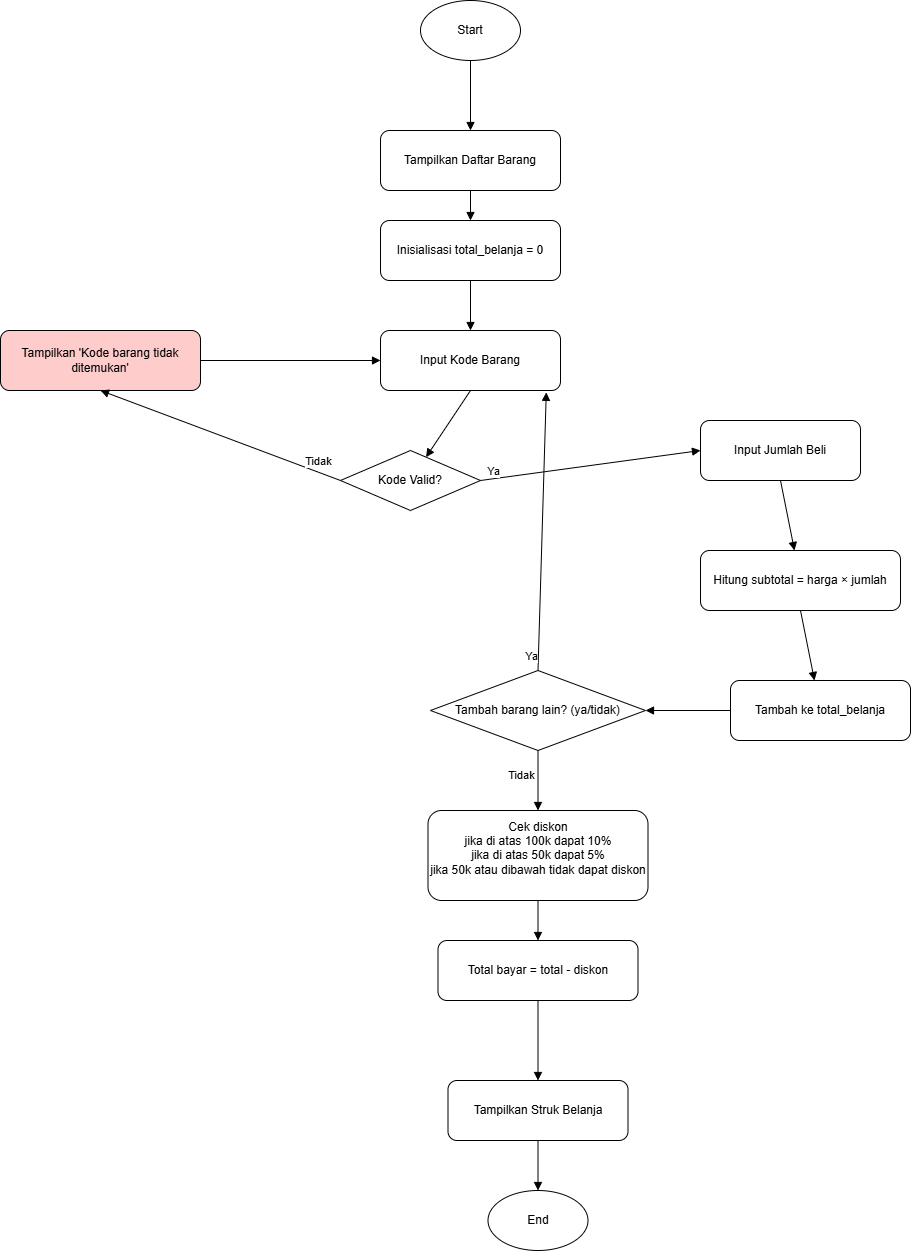
Earlier version of the draw.io export assets/FlowChart/Kasir.drawio.png (Wanzzy1/UTS-Algoritma-Kasir-sederhana-dengan-python). Source tidied: cells renumbered, new cells last; positions are measured from the earlier drawing's top-left corner, leaving out a move shared by most shapes. The source it was exported from:
```xml
<mxGraphModel>
  <root>
    <mxCell id="0" />
    <mxCell id="1" parent="0" />
    <mxCell id="2" value="Start" style="ellipse;whiteSpace=wrap;html=1;" parent="1" vertex="1">
      <mxGeometry x="420" width="100" height="60" as="geometry" />
    </mxCell>
    <mxCell id="3" value="Tampilkan Daftar Barang" style="rounded=1;whiteSpace=wrap;html=1;" parent="1" vertex="1">
      <mxGeometry x="380" y="130" width="180" height="60" as="geometry" />
    </mxCell>
    <mxCell id="4" value="Inisialisasi total_belanja = 0" style="rounded=1;whiteSpace=wrap;html=1;" parent="1" vertex="1">
      <mxGeometry x="380" y="220" width="180" height="60" as="geometry" />
    </mxCell>
    <mxCell id="5" value="Input Kode Barang" style="rounded=1;whiteSpace=wrap;html=1;" parent="1" vertex="1">
      <mxGeometry x="380" y="330" width="180" height="60" as="geometry" />
    </mxCell>
    <mxCell id="6" value="Kode Valid?" style="rhombus;whiteSpace=wrap;html=1;" parent="1" vertex="1">
      <mxGeometry x="340" y="450" width="140" height="60" as="geometry" />
    </mxCell>
    <mxCell id="7" value="Tampilkan 'Kode barang tidak ditemukan'" style="rounded=1;whiteSpace=wrap;html=1;fillColor=#ffcccc;" parent="1" vertex="1">
      <mxGeometry y="330" width="200" height="60" as="geometry" />
    </mxCell>
    <mxCell id="8" value="Input Jumlah Beli" style="rounded=1;whiteSpace=wrap;html=1;" parent="1" vertex="1">
      <mxGeometry x="700" y="420" width="160" height="60" as="geometry" />
    </mxCell>
    <mxCell id="9" value="Hitung subtotal = harga × jumlah" style="rounded=1;whiteSpace=wrap;html=1;" parent="1" vertex="1">
      <mxGeometry x="700" y="550" width="200" height="60" as="geometry" />
    </mxCell>
    <mxCell id="10" value="Tambah ke total_belanja" style="rounded=1;whiteSpace=wrap;html=1;" parent="1" vertex="1">
      <mxGeometry x="730" y="680" width="180" height="60" as="geometry" />
    </mxCell>
    <mxCell id="11" value="Tambah barang lain? (ya/tidak)" style="rhombus;whiteSpace=wrap;html=1;" parent="1" vertex="1">
      <mxGeometry x="430" y="670" width="215" height="80" as="geometry" />
    </mxCell>
    <mxCell id="12" value="Cek diskon&lt;div&gt;jika di atas 100k dapat 10%&lt;/div&gt;&lt;div&gt;jika di atas 50k dapat 5%&lt;/div&gt;&lt;div&gt;jika 50k atau dibawah tidak dapat diskon&lt;/div&gt;&lt;div&gt;&lt;div&gt;&lt;br&gt;&lt;/div&gt;&lt;/div&gt;" style="rounded=1;whiteSpace=wrap;html=1;" parent="1" vertex="1">
      <mxGeometry x="427.5" y="810" width="220" height="90" as="geometry" />
    </mxCell>
    <mxCell id="13" value="Total bayar = total - diskon" style="rounded=1;whiteSpace=wrap;html=1;" parent="1" vertex="1">
      <mxGeometry x="437.5" y="940" width="200" height="60" as="geometry" />
    </mxCell>
    <mxCell id="14" value="Tampilkan Struk Belanja" style="rounded=1;whiteSpace=wrap;html=1;" parent="1" vertex="1">
      <mxGeometry x="447.5" y="1080" width="180" height="60" as="geometry" />
    </mxCell>
    <mxCell id="15" value="End" style="ellipse;whiteSpace=wrap;html=1;" parent="1" vertex="1">
      <mxGeometry x="487.5" y="1190" width="100" height="60" as="geometry" />
    </mxCell>
    <mxCell id="16" style="endArrow=block;entryX=0.5;entryY=0;entryDx=0;entryDy=0;" parent="1" edge="1" source="2" target="3">
      <mxGeometry relative="1" as="geometry" />
    </mxCell>
    <mxCell id="17" style="endArrow=block;entryX=0.5;entryY=0;entryDx=0;entryDy=0;" parent="1" edge="1" source="3" target="4">
      <mxGeometry relative="1" as="geometry" />
    </mxCell>
    <mxCell id="18" style="endArrow=block;entryX=0.5;entryY=0;entryDx=0;entryDy=0;" parent="1" edge="1" source="4" target="5">
      <mxGeometry relative="1" as="geometry" />
    </mxCell>
    <mxCell id="19" style="endArrow=block;exitX=0.5;exitY=1;exitDx=0;exitDy=0;" parent="1" edge="1" source="5" target="6">
      <mxGeometry relative="1" as="geometry" />
    </mxCell>
    <mxCell id="20" style="endArrow=block;entryX=0.5;entryY=1;entryDx=0;entryDy=0;exitX=0;exitY=0.5;exitDx=0;exitDy=0;" parent="1" edge="1" source="6" target="7">
      <mxGeometry relative="1" as="geometry" />
    </mxCell>
    <mxCell id="21" value="Tidak" style="edgeLabel;html=1;align=center;verticalAlign=middle;" parent="20" vertex="1">
      <mxGeometry x="-0.45" y="1" relative="1" as="geometry">
        <mxPoint x="44" y="4" as="offset" />
      </mxGeometry>
    </mxCell>
    <mxCell id="22" style="endArrow=block;exitX=1;exitY=0.5;exitDx=0;exitDy=0;entryX=0;entryY=0.5;entryDx=0;entryDy=0;" parent="1" edge="1" source="6" target="8">
      <mxGeometry relative="1" as="geometry" />
    </mxCell>
    <mxCell id="23" value="Ya" style="edgeLabel;html=1;align=center;verticalAlign=middle;" parent="22" vertex="1">
      <mxGeometry x="-0.76" y="3" relative="1" as="geometry">
        <mxPoint x="-15" y="-3" as="offset" />
      </mxGeometry>
    </mxCell>
    <mxCell id="24" style="endArrow=block;exitX=1;exitY=0.5;exitDx=0;exitDy=0;" parent="1" edge="1" source="7" target="5">
      <mxGeometry relative="1" as="geometry" />
    </mxCell>
    <mxCell id="25" style="endArrow=block;exitX=0.5;exitY=1;exitDx=0;exitDy=0;" parent="1" edge="1" source="8" target="9">
      <mxGeometry relative="1" as="geometry" />
    </mxCell>
    <mxCell id="26" style="endArrow=block;exitX=0.5;exitY=1;exitDx=0;exitDy=0;" parent="1" edge="1" source="9" target="10">
      <mxGeometry relative="1" as="geometry" />
    </mxCell>
    <mxCell id="27" style="endArrow=block;exitX=0;exitY=0.5;exitDx=0;exitDy=0;entryX=1;entryY=0.5;entryDx=0;entryDy=0;" parent="1" edge="1" source="10" target="11">
      <mxGeometry relative="1" as="geometry" />
    </mxCell>
    <mxCell id="28" style="endArrow=block;entryX=0.921;entryY=1.031;entryDx=0;entryDy=0;entryPerimeter=0;exitX=0.5;exitY=0;exitDx=0;exitDy=0;" parent="1" edge="1" source="11" target="5">
      <mxGeometry relative="1" as="geometry" />
    </mxCell>
    <mxCell id="29" value="Ya" style="edgeLabel;html=1;align=center;verticalAlign=middle;" parent="28" vertex="1">
      <mxGeometry x="-0.73" y="2" relative="1" as="geometry">
        <mxPoint x="-7" y="23" as="offset" />
      </mxGeometry>
    </mxCell>
    <mxCell id="30" style="endArrow=block;exitX=0.5;exitY=1;exitDx=0;exitDy=0;" parent="1" edge="1" source="11" target="12">
      <mxGeometry relative="1" as="geometry" />
    </mxCell>
    <mxCell id="31" value="Tidak" style="edgeLabel;html=1;align=center;verticalAlign=middle;" parent="30" vertex="1">
      <mxGeometry x="-0.2" y="-1" relative="1" as="geometry">
        <mxPoint x="-16" as="offset" />
      </mxGeometry>
    </mxCell>
    <mxCell id="32" style="endArrow=block;exitX=0.5;exitY=1;exitDx=0;exitDy=0;" parent="1" edge="1" source="12" target="13">
      <mxGeometry relative="1" as="geometry" />
    </mxCell>
    <mxCell id="33" style="endArrow=block;exitX=0.5;exitY=1;exitDx=0;exitDy=0;" parent="1" edge="1" source="13" target="14">
      <mxGeometry relative="1" as="geometry" />
    </mxCell>
    <mxCell id="34" style="endArrow=block;exitX=0.5;exitY=1;exitDx=0;exitDy=0;" parent="1" edge="1" source="14" target="15">
      <mxGeometry relative="1" as="geometry" />
    </mxCell>
  </root>
</mxGraphModel>
```
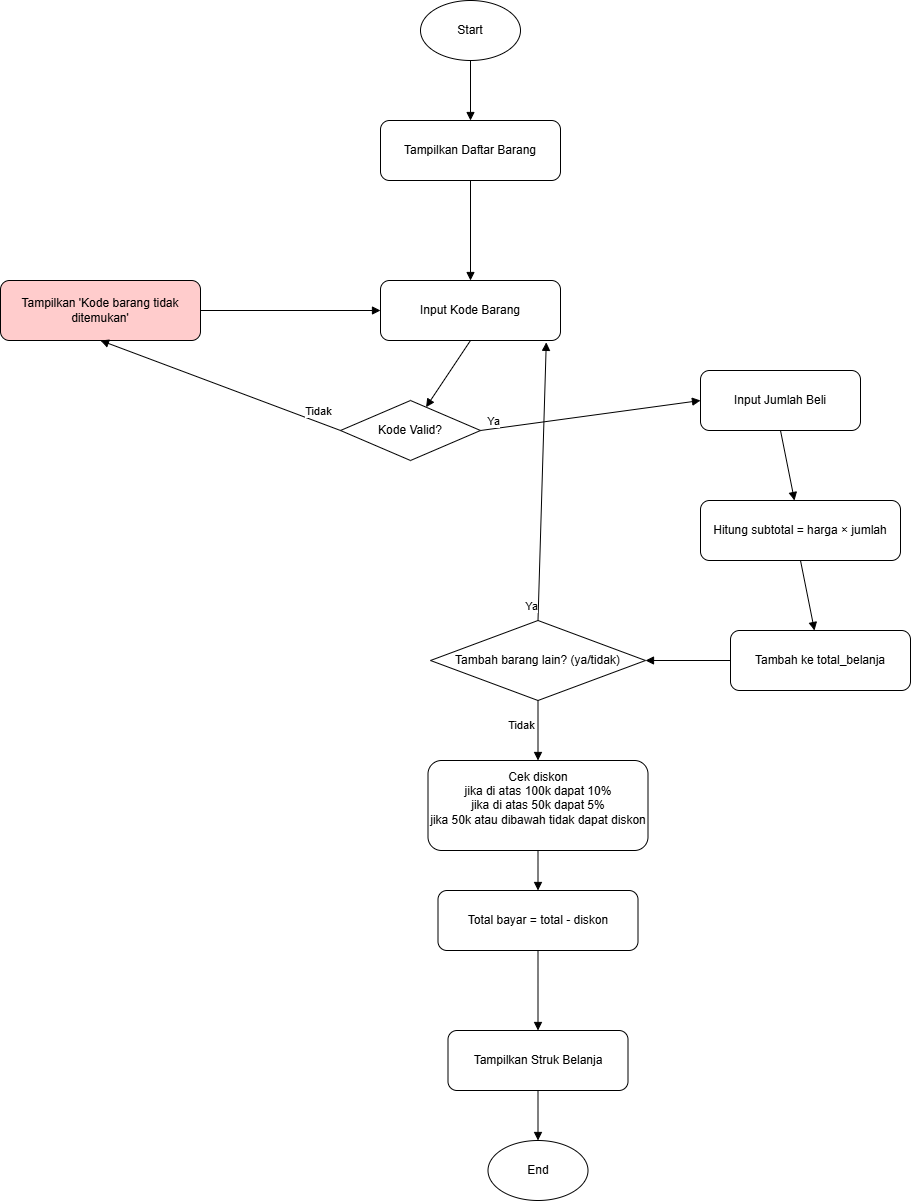
The same file after the commit.

Commit message:
Update File Flowchart Kasir (Kasir.drawio.png)

Diff of the diagram source:
```diff
@@ -3,14 +3,11 @@
     <mxCell id="0" />
     <mxCell id="1" parent="0" />
     <mxCell id="2" value="Start" style="ellipse;whiteSpace=wrap;html=1;" parent="1" vertex="1">
-      <mxGeometry x="420" width="100" height="60" as="geometry" />
+      <mxGeometry x="420" y="50" width="100" height="60" as="geometry" />
     </mxCell>
     <mxCell id="3" value="Tampilkan Daftar Barang" style="rounded=1;whiteSpace=wrap;html=1;" parent="1" vertex="1">
-      <mxGeometry x="380" y="130" width="180" height="60" as="geometry" />
+      <mxGeometry x="380" y="170" width="180" height="60" as="geometry" />
     </mxCell>
-    <mxCell id="4" value="Inisialisasi total_belanja = 0" style="rounded=1;whiteSpace=wrap;html=1;" parent="1" vertex="1">
-      <mxGeometry x="380" y="220" width="180" height="60" as="geometry" />
-    </mxCell>
     <mxCell id="5" value="Input Kode Barang" style="rounded=1;whiteSpace=wrap;html=1;" parent="1" vertex="1">
       <mxGeometry x="380" y="330" width="180" height="60" as="geometry" />
     </mxCell>
@@ -47,10 +44,7 @@
     <mxCell id="16" style="endArrow=block;entryX=0.5;entryY=0;entryDx=0;entryDy=0;" parent="1" edge="1" source="2" target="3">
       <mxGeometry relative="1" as="geometry" />
     </mxCell>
-    <mxCell id="17" style="endArrow=block;entryX=0.5;entryY=0;entryDx=0;entryDy=0;" parent="1" edge="1" source="3" target="4">
-      <mxGeometry relative="1" as="geometry" />
-    </mxCell>
-    <mxCell id="18" style="endArrow=block;entryX=0.5;entryY=0;entryDx=0;entryDy=0;" parent="1" edge="1" source="4" target="5">
+    <mxCell id="18" style="endArrow=block;entryX=0.5;entryY=0;entryDx=0;entryDy=0;" parent="1" edge="1" source="3" target="5">
       <mxGeometry relative="1" as="geometry" />
     </mxCell>
     <mxCell id="19" style="endArrow=block;exitX=0.5;exitY=1;exitDx=0;exitDy=0;" parent="1" edge="1" source="5" target="6">
```
